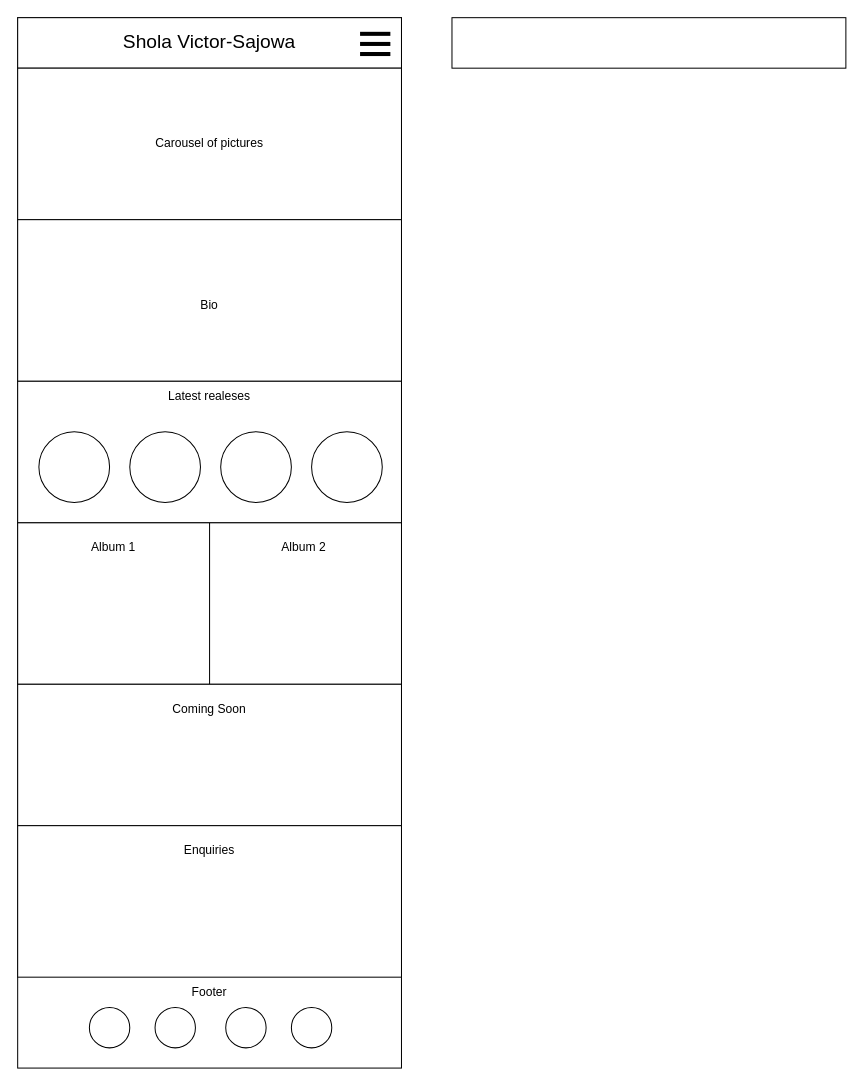
Before: wireframes/homepage-wireframe-q1-coursework.drawio in DeoluVS/q1-coursework-codeinstitute, a draw.io diagram. Source tidied: cells renumbered, new cells numbered last; positions are measured from the earlier drawing's top-left corner, leaving out a move shared by most shapes. Both pictures are drawn from the tidied source at 101%, with x=0, y=0 at pixel (17, 17).
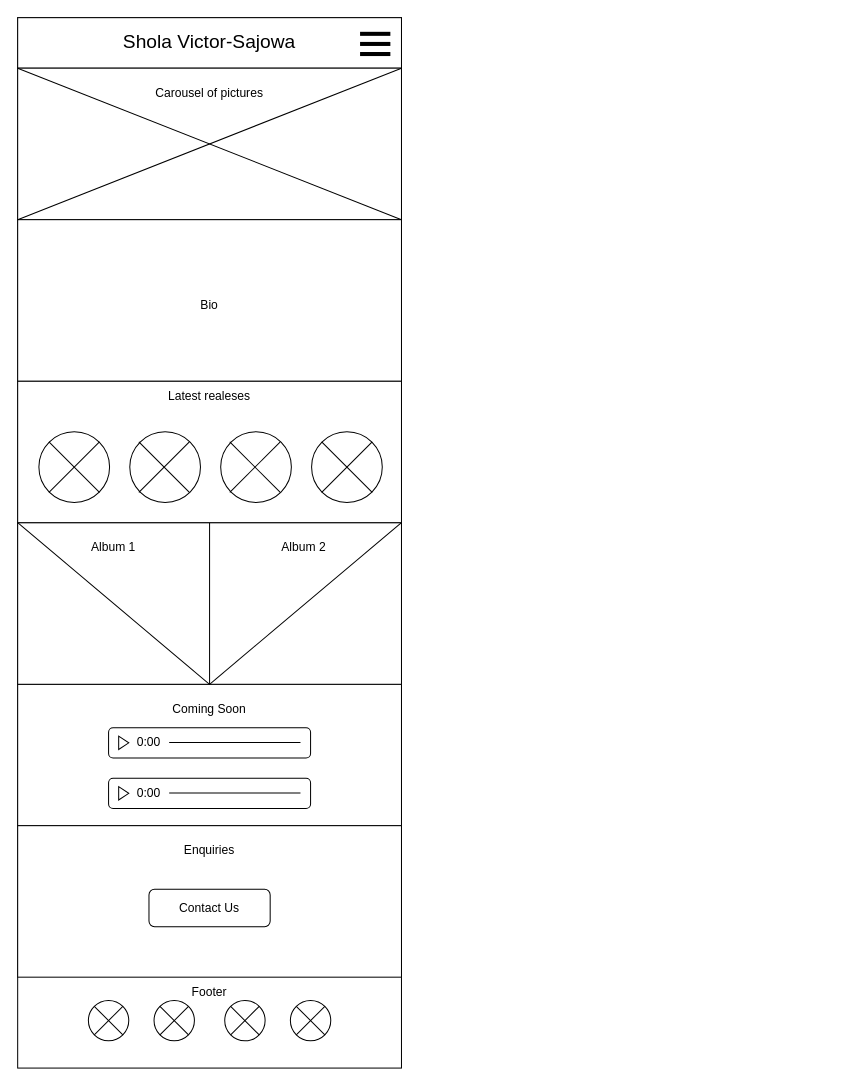
After the change.

Commit message (it also covers changes not shown here):
Wireframes done more in line with normal wireframes

The change refers to these unchanged cells:
```xml
<mxCell id="2" style="group;" parent="1" vertex="1">
  <mxGeometry width="380" height="1040" as="geometry" />
</mxCell>
<mxCell id="4" style="rounded=0;whiteSpace=wrap;html=1;" parent="2" vertex="1">
  <mxGeometry width="380" height="50" as="geometry" />
</mxCell>
<mxCell id="10" style="rounded=0;whiteSpace=wrap;html=1;" parent="2" vertex="1">
  <mxGeometry y="50" width="380" height="150" as="geometry" />
</mxCell>
<mxCell id="12" style="rounded=0;whiteSpace=wrap;html=1;" parent="2" vertex="1">
  <mxGeometry y="200" width="380" height="160" as="geometry" />
</mxCell>
<mxCell id="19" style="rounded=0;whiteSpace=wrap;html=1;" parent="2" vertex="1">
  <mxGeometry y="660" width="380" height="140" as="geometry" />
</mxCell>
```

What changed in the source:
```diff
@@
-    <mxCell id="6" style="group;" parent="2" vertex="1">
-      <mxGeometry x="339" y="16" width="30" height="20" as="geometry" />
-    </mxCell>
-    <mxCell id="7" style="endArrow=none;html=1;rounded=0;strokeWidth=4;" parent="6" edge="1">
-      <mxGeometry relative="1" as="geometry">
-        <mxPoint as="sourcePoint" />
-        <mxPoint x="30" as="targetPoint" />
-      </mxGeometry>
-    </mxCell>
-    <mxCell id="8" style="endArrow=none;html=1;rounded=0;strokeWidth=4;" parent="6" edge="1">
-      <mxGeometry relative="1" as="geometry">
-        <mxPoint y="20" as="sourcePoint" />
-        <mxPoint x="30" y="20" as="targetPoint" />
-      </mxGeometry>
-    </mxCell>
-    <mxCell id="9" style="endArrow=none;html=1;rounded=0;strokeWidth=4;" parent="6" edge="1">
-      <mxGeometry relative="1" as="geometry">
-        <mxPoint y="10" as="sourcePoint" />
-        <mxPoint x="30" y="10" as="targetPoint" />
-      </mxGeometry>
-    </mxCell>
@@
     <mxCell id="11" value="Carousel of pictures" style="text;html=1;align=center;verticalAlign=middle;whiteSpace=wrap;rounded=0;" parent="2" vertex="1">
-      <mxGeometry x="125" y="100" width="130" height="50" as="geometry" />
+      <mxGeometry x="125" y="50" width="130" height="50" as="geometry" />
     </mxCell>
@@
-    <mxCell id="14" style="group;" parent="2" vertex="1">
-      <mxGeometry y="500" width="380" height="160" as="geometry" />
-    </mxCell>
-    <mxCell id="15" style="rounded=0;whiteSpace=wrap;html=1;" parent="14" vertex="1">
-      <mxGeometry width="380" height="160" as="geometry" />
-    </mxCell>
-    <mxCell id="16" style="rounded=0;whiteSpace=wrap;html=1;" parent="14" vertex="1">
-      <mxGeometry width="190" height="160" as="geometry" />
-    </mxCell>
-    <mxCell id="17" value="Album 1" style="text;html=1;align=center;verticalAlign=middle;whiteSpace=wrap;rounded=0;" parent="14" vertex="1">
-      <mxGeometry x="10" y="10" width="170" height="30" as="geometry" />
-    </mxCell>
-    <mxCell id="18" value="Album 2" style="text;html=1;align=center;verticalAlign=middle;whiteSpace=wrap;rounded=0;" parent="14" vertex="1">
-      <mxGeometry x="196" y="10" width="175" height="30" as="geometry" />
-    </mxCell>
@@
-    <mxCell id="24" style="ellipse;whiteSpace=wrap;html=1;" parent="2" vertex="1">
-      <mxGeometry x="71" y="980" width="40" height="40" as="geometry" />
-    </mxCell>
-    <mxCell id="25" style="ellipse;whiteSpace=wrap;html=1;" parent="2" vertex="1">
-      <mxGeometry x="136" y="980" width="40" height="40" as="geometry" />
-    </mxCell>
-    <mxCell id="26" style="ellipse;whiteSpace=wrap;html=1;" parent="2" vertex="1">
-      <mxGeometry x="271" y="980" width="40" height="40" as="geometry" />
-    </mxCell>
-    <mxCell id="27" style="ellipse;whiteSpace=wrap;html=1;" parent="2" vertex="1">
-      <mxGeometry x="206" y="980" width="40" height="40" as="geometry" />
-    </mxCell>
-    <mxCell id="28" style="group;" parent="2" vertex="1">
-      <mxGeometry y="360" width="380" height="140" as="geometry" />
-    </mxCell>
+    <mxCell id="36" style="endArrow=none;html=1;rounded=0;exitX=0;exitY=1;exitDx=0;exitDy=0;entryX=1;entryY=1;entryDx=0;entryDy=0;" parent="2" edge="1" source="4" target="10">
+      <mxGeometry relative="1" as="geometry" />
+    </mxCell>
+    <mxCell id="37" style="endArrow=none;html=1;rounded=0;exitX=0;exitY=0;exitDx=0;exitDy=0;entryX=1;entryY=0;entryDx=0;entryDy=0;" parent="2" edge="1" source="12" target="10">
+      <mxGeometry relative="1" as="geometry" />
+    </mxCell>
+    <mxCell id="38" style="endArrow=none;html=1;rounded=0;exitX=0;exitY=0;exitDx=0;exitDy=0;entryX=1;entryY=0;entryDx=0;entryDy=0;" parent="2" edge="1" source="19" target="16">
+      <mxGeometry relative="1" as="geometry" />
+    </mxCell>
+    <mxCell id="39" style="endArrow=none;html=1;rounded=0;exitX=0.5;exitY=1;exitDx=0;exitDy=0;entryX=1;entryY=1;entryDx=0;entryDy=0;" parent="2" edge="1" source="29" target="15">
+      <mxGeometry relative="1" as="geometry" />
+    </mxCell>
+    <mxCell id="40" value="Contact Us" style="rounded=1;whiteSpace=wrap;html=1;" parent="2" vertex="1">
+      <mxGeometry x="130" y="863" width="120" height="37" as="geometry" />
+    </mxCell>
+    <mxCell id="7" style="endArrow=none;html=1;rounded=0;strokeWidth=4;" parent="2" edge="1">
+      <mxGeometry relative="1" as="geometry">
+        <mxPoint x="339" y="16" as="sourcePoint" />
+        <mxPoint x="369" y="16" as="targetPoint" />
+      </mxGeometry>
+    </mxCell>
+    <mxCell id="8" style="endArrow=none;html=1;rounded=0;strokeWidth=4;" parent="2" edge="1">
+      <mxGeometry relative="1" as="geometry">
+        <mxPoint x="339" y="36" as="sourcePoint" />
+        <mxPoint x="369" y="36" as="targetPoint" />
+      </mxGeometry>
+    </mxCell>
+    <mxCell id="9" style="endArrow=none;html=1;rounded=0;strokeWidth=4;" parent="2" edge="1">
+      <mxGeometry relative="1" as="geometry">
+        <mxPoint x="339" y="26" as="sourcePoint" />
+        <mxPoint x="369" y="26" as="targetPoint" />
+      </mxGeometry>
+    </mxCell>
+    <mxCell id="15" style="rounded=0;whiteSpace=wrap;html=1;" parent="2" vertex="1">
+      <mxGeometry y="500" width="380" height="160" as="geometry" />
+    </mxCell>
+    <mxCell id="16" style="rounded=0;whiteSpace=wrap;html=1;" parent="2" vertex="1">
+      <mxGeometry y="500" width="190" height="160" as="geometry" />
+    </mxCell>
+    <mxCell id="17" value="Album 1" style="text;html=1;align=center;verticalAlign=middle;whiteSpace=wrap;rounded=0;" parent="2" vertex="1">
+      <mxGeometry x="10" y="510" width="170" height="30" as="geometry" />
+    </mxCell>
+    <mxCell id="18" value="Album 2" style="text;html=1;align=center;verticalAlign=middle;whiteSpace=wrap;rounded=0;" parent="2" vertex="1">
+      <mxGeometry x="196" y="510" width="175" height="30" as="geometry" />
+    </mxCell>
+    <mxCell id="41" style="endArrow=none;html=1;rounded=0;exitX=0;exitY=0;exitDx=0;exitDy=0;entryX=1;entryY=1;entryDx=0;entryDy=0;" parent="2" edge="1" source="16" target="16">
+      <mxGeometry relative="1" as="geometry" />
+    </mxCell>
+    <mxCell id="42" style="endArrow=none;html=1;rounded=0;exitX=1;exitY=0;exitDx=0;exitDy=0;entryX=0.5;entryY=1;entryDx=0;entryDy=0;" parent="2" edge="1" source="15" target="15">
+      <mxGeometry relative="1" as="geometry" />
+    </mxCell>
-    <mxCell id="29" style="rounded=0;whiteSpace=wrap;html=1;" parent="28" vertex="1">
-      <mxGeometry width="380" height="140" as="geometry" />
+    <mxCell id="29" style="rounded=0;whiteSpace=wrap;html=1;" parent="2" vertex="1">
+      <mxGeometry y="360" width="380" height="140" as="geometry" />
     </mxCell>
-    <mxCell id="30" value="Latest realeses" style="text;html=1;align=center;verticalAlign=middle;whiteSpace=wrap;rounded=0;" parent="28" vertex="1">
-      <mxGeometry width="380" height="30" as="geometry" />
+    <mxCell id="30" value="Latest realeses" style="text;html=1;align=center;verticalAlign=middle;whiteSpace=wrap;rounded=0;" parent="2" vertex="1">
+      <mxGeometry y="360" width="380" height="30" as="geometry" />
     </mxCell>
-    <mxCell id="31" style="ellipse;whiteSpace=wrap;html=1;" parent="28" vertex="1">
-      <mxGeometry x="21" y="50" width="70" height="70" as="geometry" />
+    <mxCell id="31" style="ellipse;whiteSpace=wrap;html=1;" parent="2" vertex="1">
+      <mxGeometry x="21" y="410" width="70" height="70" as="geometry" />
     </mxCell>
-    <mxCell id="32" style="ellipse;whiteSpace=wrap;html=1;" parent="28" vertex="1">
-      <mxGeometry x="291" y="50" width="70" height="70" as="geometry" />
+    <mxCell id="32" style="ellipse;whiteSpace=wrap;html=1;" parent="2" vertex="1">
+      <mxGeometry x="291" y="410" width="70" height="70" as="geometry" />
     </mxCell>
-    <mxCell id="33" style="ellipse;whiteSpace=wrap;html=1;" parent="28" vertex="1">
-      <mxGeometry x="201" y="50" width="70" height="70" as="geometry" />
+    <mxCell id="33" style="ellipse;whiteSpace=wrap;html=1;" parent="2" vertex="1">
+      <mxGeometry x="201" y="410" width="70" height="70" as="geometry" />
     </mxCell>
-    <mxCell id="34" style="ellipse;whiteSpace=wrap;html=1;" parent="28" vertex="1">
-      <mxGeometry x="111" y="50" width="70" height="70" as="geometry" />
+    <mxCell id="34" style="ellipse;whiteSpace=wrap;html=1;" parent="2" vertex="1">
+      <mxGeometry x="111" y="410" width="70" height="70" as="geometry" />
     </mxCell>
-    <mxCell id="35" style="rounded=0;whiteSpace=wrap;html=1;" parent="1" vertex="1">
-      <mxGeometry x="430" width="390" height="50" as="geometry" />
-    </mxCell>
+    <mxCell id="43" style="endArrow=none;html=1;rounded=0;" parent="2" edge="1">
+      <mxGeometry relative="1" as="geometry">
+        <mxPoint x="31" y="470" as="sourcePoint" />
+        <mxPoint x="81" y="420" as="targetPoint" />
+      </mxGeometry>
+    </mxCell>
+    <mxCell id="44" style="endArrow=none;html=1;rounded=0;" parent="2" edge="1">
+      <mxGeometry relative="1" as="geometry">
+        <mxPoint x="31" y="420" as="sourcePoint" />
+        <mxPoint x="81" y="470" as="targetPoint" />
+      </mxGeometry>
+    </mxCell>
+    <mxCell id="45" style="endArrow=none;html=1;rounded=0;" parent="2" edge="1">
+      <mxGeometry relative="1" as="geometry">
+        <mxPoint x="210" y="470" as="sourcePoint" />
+        <mxPoint x="260" y="420" as="targetPoint" />
+      </mxGeometry>
+    </mxCell>
+    <mxCell id="46" style="endArrow=none;html=1;rounded=0;" parent="2" edge="1">
+      <mxGeometry relative="1" as="geometry">
+        <mxPoint x="260" y="470" as="sourcePoint" />
+        <mxPoint x="210" y="420" as="targetPoint" />
+      </mxGeometry>
+    </mxCell>
+    <mxCell id="47" style="endArrow=none;html=1;rounded=0;" parent="2" edge="1">
+      <mxGeometry relative="1" as="geometry">
+        <mxPoint x="301" y="470" as="sourcePoint" />
+        <mxPoint x="351" y="420" as="targetPoint" />
+      </mxGeometry>
+    </mxCell>
+    <mxCell id="48" style="endArrow=none;html=1;rounded=0;" parent="2" edge="1">
+      <mxGeometry relative="1" as="geometry">
+        <mxPoint x="351" y="470" as="sourcePoint" />
+        <mxPoint x="301" y="420" as="targetPoint" />
+      </mxGeometry>
+    </mxCell>
+    <mxCell id="49" style="endArrow=none;html=1;rounded=0;" parent="2" edge="1">
+      <mxGeometry relative="1" as="geometry">
+        <mxPoint x="120" y="470" as="sourcePoint" />
+        <mxPoint x="170" y="420" as="targetPoint" />
+      </mxGeometry>
+    </mxCell>
+    <mxCell id="50" style="endArrow=none;html=1;rounded=0;" parent="2" edge="1">
+      <mxGeometry relative="1" as="geometry">
+        <mxPoint x="170" y="470" as="sourcePoint" />
+        <mxPoint x="120" y="420" as="targetPoint" />
+      </mxGeometry>
+    </mxCell>
+    <mxCell id="51" style="ellipse;whiteSpace=wrap;html=1;" parent="2" vertex="1">
+      <mxGeometry x="70" y="973" width="40" height="40" as="geometry" />
+    </mxCell>
+    <mxCell id="52" style="ellipse;whiteSpace=wrap;html=1;" parent="2" vertex="1">
+      <mxGeometry x="135" y="973" width="40" height="40" as="geometry" />
+    </mxCell>
+    <mxCell id="53" style="ellipse;whiteSpace=wrap;html=1;" parent="2" vertex="1">
+      <mxGeometry x="270" y="973" width="40" height="40" as="geometry" />
+    </mxCell>
+    <mxCell id="54" style="ellipse;whiteSpace=wrap;html=1;" parent="2" vertex="1">
+      <mxGeometry x="205" y="973" width="40" height="40" as="geometry" />
+    </mxCell>
+    <mxCell id="55" style="endArrow=none;html=1;rounded=0;exitX=0;exitY=1;exitDx=0;exitDy=0;entryX=1;entryY=0;entryDx=0;entryDy=0;" parent="2" edge="1" source="51" target="51">
+      <mxGeometry relative="1" as="geometry" />
+    </mxCell>
+    <mxCell id="56" style="rounded=0;orthogonalLoop=1;jettySize=auto;html=1;exitX=0;exitY=0;exitDx=0;exitDy=0;entryX=1;entryY=1;entryDx=0;entryDy=0;endArrow=none;endFill=0;" parent="2" edge="1" source="51" target="51">
+      <mxGeometry relative="1" as="geometry" />
+    </mxCell>
+    <mxCell id="57" style="rounded=0;orthogonalLoop=1;jettySize=auto;html=1;exitX=0;exitY=0;exitDx=0;exitDy=0;entryX=1;entryY=1;entryDx=0;entryDy=0;endArrow=none;endFill=0;" parent="2" edge="1" source="52" target="52">
+      <mxGeometry relative="1" as="geometry" />
+    </mxCell>
+    <mxCell id="58" style="rounded=0;orthogonalLoop=1;jettySize=auto;html=1;exitX=0;exitY=1;exitDx=0;exitDy=0;entryX=1;entryY=0;entryDx=0;entryDy=0;endArrow=none;endFill=0;" parent="2" edge="1" source="52" target="52">
+      <mxGeometry relative="1" as="geometry" />
+    </mxCell>
+    <mxCell id="59" style="rounded=0;orthogonalLoop=1;jettySize=auto;html=1;exitX=0;exitY=0;exitDx=0;exitDy=0;entryX=1;entryY=1;entryDx=0;entryDy=0;endArrow=none;endFill=0;" parent="2" edge="1" source="54" target="54">
+      <mxGeometry relative="1" as="geometry" />
+    </mxCell>
+    <mxCell id="60" style="rounded=0;orthogonalLoop=1;jettySize=auto;html=1;exitX=0;exitY=1;exitDx=0;exitDy=0;entryX=1;entryY=0;entryDx=0;entryDy=0;endArrow=none;endFill=0;" parent="2" edge="1" source="54" target="54">
+      <mxGeometry relative="1" as="geometry" />
+    </mxCell>
+    <mxCell id="61" style="rounded=0;orthogonalLoop=1;jettySize=auto;html=1;exitX=0;exitY=0;exitDx=0;exitDy=0;entryX=1;entryY=1;entryDx=0;entryDy=0;endArrow=none;endFill=0;" parent="2" edge="1" source="53" target="53">
+      <mxGeometry relative="1" as="geometry" />
+    </mxCell>
+    <mxCell id="62" style="rounded=0;orthogonalLoop=1;jettySize=auto;html=1;exitX=0;exitY=1;exitDx=0;exitDy=0;entryX=1;entryY=0;entryDx=0;entryDy=0;endArrow=none;endFill=0;" parent="2" edge="1" source="53" target="53">
+      <mxGeometry relative="1" as="geometry" />
+    </mxCell>
+    <mxCell id="63" style="rounded=1;whiteSpace=wrap;html=1;" parent="2" vertex="1">
+      <mxGeometry x="90" y="703" width="200" height="30" as="geometry" />
+    </mxCell>
+    <mxCell id="64" style="triangle;whiteSpace=wrap;html=1;" parent="2" vertex="1">
+      <mxGeometry x="100" y="711.3" width="10" height="13.3" as="geometry" />
+    </mxCell>
+    <mxCell id="65" style="endArrow=none;html=1;rounded=0;" parent="2" edge="1">
+      <mxGeometry relative="1" as="geometry">
+        <mxPoint x="280" y="717.7" as="sourcePoint" />
+        <mxPoint x="150" y="717.7" as="targetPoint" />
+      </mxGeometry>
+    </mxCell>
+    <mxCell id="66" value="0:00" style="text;html=1;whiteSpace=wrap;strokeColor=none;fillColor=none;align=center;verticalAlign=middle;rounded=0;" parent="2" vertex="1">
+      <mxGeometry x="110" y="708" width="40" height="20" as="geometry" />
+    </mxCell>
+    <mxCell id="67" style="rounded=1;whiteSpace=wrap;html=1;" parent="2" vertex="1">
+      <mxGeometry x="90" y="753" width="200" height="30" as="geometry" />
+    </mxCell>
+    <mxCell id="68" style="triangle;whiteSpace=wrap;html=1;" parent="2" vertex="1">
+      <mxGeometry x="100" y="761.3" width="10" height="13.3" as="geometry" />
+    </mxCell>
+    <mxCell id="69" style="endArrow=none;html=1;rounded=0;" parent="2" edge="1">
+      <mxGeometry relative="1" as="geometry">
+        <mxPoint x="280" y="767.7" as="sourcePoint" />
+        <mxPoint x="150" y="767.7" as="targetPoint" />
+      </mxGeometry>
+    </mxCell>
+    <mxCell id="70" value="0:00" style="text;html=1;whiteSpace=wrap;strokeColor=none;fillColor=none;align=center;verticalAlign=middle;rounded=0;" parent="2" vertex="1">
+      <mxGeometry x="110" y="758" width="40" height="20" as="geometry" />
+    </mxCell>
```
